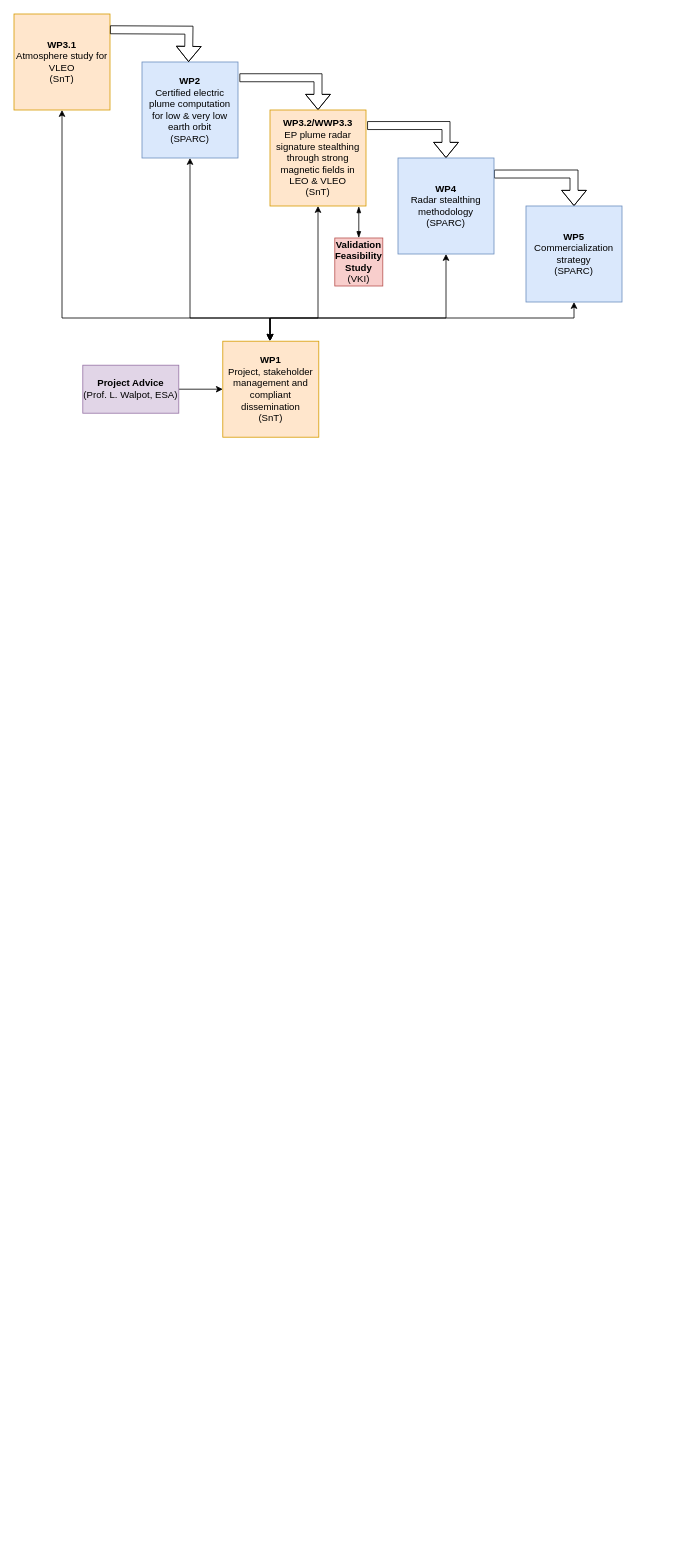
This is WorkLogic.drawio from JanThoemel/matlabfunctions, a draw.io file, before an edit. Source tidied: cells renumbered, new cells numbered last; positions are measured from the earlier drawing's top-left corner, leaving out a move shared by most shapes. Both pictures are drawn from the tidied source at 80%, with x=0, y=0 at pixel (14, 14).
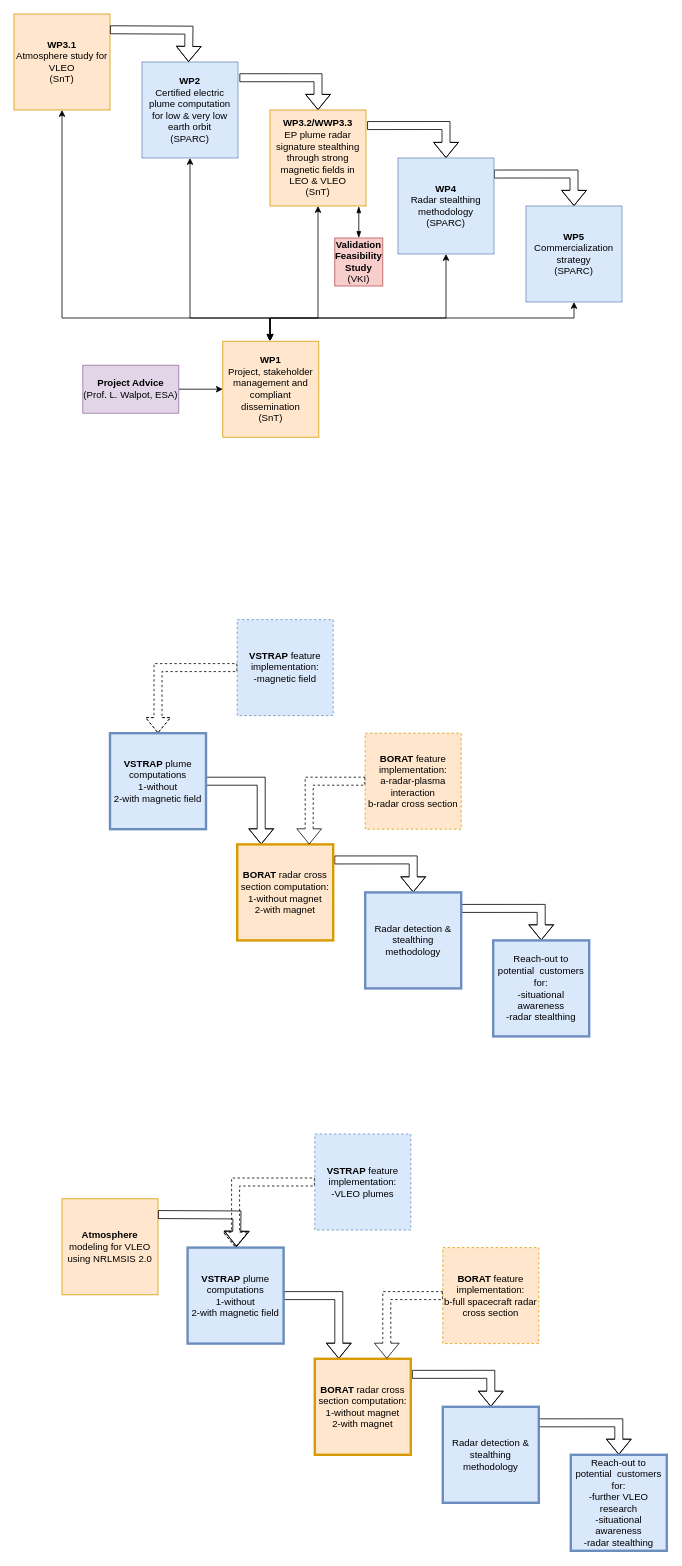
The same page after the edit.

What changed in the source:
```diff
@@
+    <mxCell id="21" style="edgeStyle=orthogonalEdgeStyle;rounded=0;jettySize=auto;html=1;exitX=1;exitY=0.5;exitDx=0;exitDy=0;entryX=0.25;entryY=0;entryDx=0;entryDy=0;shape=flexArrow;" parent="1" edge="1" source="22" target="24">
+      <mxGeometry relative="1" as="geometry" />
+    </mxCell>
+    <mxCell id="22" value="&lt;b&gt;VSTRAP&lt;/b&gt;&lt;span&gt; plume computations&lt;br&gt;&lt;/span&gt;&lt;div&gt;&lt;span&gt;1-without&lt;/span&gt;&lt;/div&gt;&lt;div&gt;&lt;span&gt;2-with magnetic field&lt;/span&gt;&lt;/div&gt;&lt;div&gt;&lt;span&gt;&lt;/span&gt;&lt;/div&gt;" style="whiteSpace=wrap;html=1;fillColor=#dae8fc;strokeColor=#6c8ebf;strokeWidth=3;" parent="1" vertex="1">
+      <mxGeometry x="120" y="899" width="120" height="120" as="geometry" />
+    </mxCell>
+    <mxCell id="23" style="edgeStyle=orthogonalEdgeStyle;rounded=0;jettySize=auto;html=1;exitX=1.012;exitY=0.162;exitDx=0;exitDy=0;entryX=0.5;entryY=0;entryDx=0;entryDy=0;exitPerimeter=0;shape=flexArrow;" parent="1" edge="1" source="24" target="26">
+      <mxGeometry relative="1" as="geometry" />
+    </mxCell>
+    <mxCell id="24" value="&lt;div&gt;&lt;span&gt;&lt;b&gt;BORAT &lt;/b&gt;radar cross section computation:&lt;/span&gt;&lt;/div&gt;&lt;div&gt;&lt;span&gt;1-without magnet&lt;/span&gt;&lt;/div&gt;&lt;div&gt;&lt;span&gt;2-with magnet&lt;br&gt;&lt;/span&gt;&lt;/div&gt;&lt;div&gt;&lt;span&gt;&lt;/span&gt;&lt;/div&gt;" style="whiteSpace=wrap;html=1;fillColor=#ffe6cc;strokeColor=#d79b00;strokeWidth=3;" parent="1" vertex="1">
+      <mxGeometry x="279" y="1038" width="120" height="120" as="geometry" />
+    </mxCell>
+    <mxCell id="25" style="edgeStyle=orthogonalEdgeStyle;rounded=0;jettySize=auto;html=1;entryX=0.5;entryY=0;entryDx=0;entryDy=0;exitX=1;exitY=0.167;exitDx=0;exitDy=0;exitPerimeter=0;shape=flexArrow;" parent="1" edge="1" source="26" target="27">
+      <mxGeometry relative="1" as="geometry" />
+    </mxCell>
+    <mxCell id="26" value="&lt;span&gt;Radar detection &amp;amp; stealthing methodology&lt;/span&gt;" style="whiteSpace=wrap;html=1;fillColor=#dae8fc;strokeColor=#6c8ebf;strokeWidth=3;" parent="1" vertex="1">
+      <mxGeometry x="439" y="1098" width="120" height="120" as="geometry" />
+    </mxCell>
+    <mxCell id="27" value="&lt;div&gt;Reach-out to potential&amp;nbsp; customers for:&lt;/div&gt;&lt;div&gt;-situational awareness&lt;br&gt;&lt;/div&gt;&lt;div&gt;-radar stealthing &lt;/div&gt;" style="whiteSpace=wrap;html=1;fillColor=#dae8fc;strokeColor=#6c8ebf;strokeWidth=3;" parent="1" vertex="1">
+      <mxGeometry x="599" y="1158" width="120" height="120" as="geometry" />
+    </mxCell>
+    <mxCell id="28" value="&lt;div&gt;&lt;span&gt;&lt;b&gt;BORAT&lt;/b&gt; feature implementation:&lt;/span&gt;&lt;/div&gt;&lt;div&gt;&lt;span&gt;a-radar-plasma interaction&lt;/span&gt;&lt;/div&gt;&lt;div&gt;&lt;span&gt;b-radar cross section&lt;br&gt;&lt;/span&gt;&lt;/div&gt;&lt;div&gt;&lt;span&gt;&lt;/span&gt;&lt;/div&gt;" style="whiteSpace=wrap;html=1;fillColor=#ffe6cc;strokeColor=#d79b00;dashed=1;" parent="1" vertex="1">
+      <mxGeometry x="439" y="899" width="120" height="120" as="geometry" />
+    </mxCell>
+    <mxCell id="29" style="edgeStyle=orthogonalEdgeStyle;rounded=0;jettySize=auto;html=1;exitX=0;exitY=0.5;exitDx=0;exitDy=0;shape=flexArrow;entryX=0.75;entryY=0;entryDx=0;entryDy=0;dashed=1;" parent="1" edge="1" source="28" target="24">
+      <mxGeometry relative="1" as="geometry" />
+    </mxCell>
+    <mxCell id="30" value="&lt;div&gt;&lt;b&gt;VSTRAP&lt;/b&gt;&lt;span&gt; feature implementation:&lt;/span&gt;&lt;/div&gt;&lt;div&gt;&lt;span&gt;-magnetic field&lt;br&gt;&lt;/span&gt;&lt;span&gt;&lt;/span&gt;&lt;/div&gt;&lt;div&gt;&lt;span&gt;&lt;/span&gt;&lt;/div&gt;" style="whiteSpace=wrap;html=1;fillColor=#dae8fc;strokeColor=#6c8ebf;dashed=1;" parent="1" vertex="1">
+      <mxGeometry x="279" y="757" width="120" height="120" as="geometry" />
+    </mxCell>
+    <mxCell id="31" style="edgeStyle=orthogonalEdgeStyle;rounded=0;jettySize=auto;html=1;exitX=0;exitY=0.5;exitDx=0;exitDy=0;shape=flexArrow;entryX=0.5;entryY=0;entryDx=0;entryDy=0;dashed=1;" parent="1" edge="1" source="30" target="22">
+      <mxGeometry relative="1" as="geometry" />
+    </mxCell>
+    <mxCell id="32" style="edgeStyle=orthogonalEdgeStyle;rounded=0;jettySize=auto;html=1;exitX=1;exitY=0.5;exitDx=0;exitDy=0;entryX=0.25;entryY=0;entryDx=0;entryDy=0;shape=flexArrow;" parent="1" edge="1" source="33" target="35">
+      <mxGeometry relative="1" as="geometry" />
+    </mxCell>
+    <mxCell id="33" value="&lt;b&gt;VSTRAP&lt;/b&gt;&lt;span&gt; plume computations&lt;br&gt;&lt;/span&gt;&lt;div&gt;&lt;span&gt;1-without&lt;/span&gt;&lt;/div&gt;&lt;div&gt;&lt;span&gt;2-with magnetic field&lt;/span&gt;&lt;/div&gt;&lt;div&gt;&lt;span&gt;&lt;/span&gt;&lt;/div&gt;" style="whiteSpace=wrap;html=1;fillColor=#dae8fc;strokeColor=#6c8ebf;strokeWidth=3;" parent="1" vertex="1">
+      <mxGeometry x="217" y="1542" width="120" height="120" as="geometry" />
+    </mxCell>
+    <mxCell id="34" style="edgeStyle=orthogonalEdgeStyle;rounded=0;jettySize=auto;html=1;exitX=1.012;exitY=0.162;exitDx=0;exitDy=0;entryX=0.5;entryY=0;entryDx=0;entryDy=0;exitPerimeter=0;shape=flexArrow;" parent="1" edge="1" source="35" target="37">
+      <mxGeometry relative="1" as="geometry" />
+    </mxCell>
+    <mxCell id="35" value="&lt;div&gt;&lt;span&gt;&lt;b&gt;BORAT &lt;/b&gt;radar cross section computation:&lt;/span&gt;&lt;/div&gt;&lt;div&gt;&lt;span&gt;1-without magnet&lt;/span&gt;&lt;/div&gt;&lt;div&gt;&lt;span&gt;2-with magnet&lt;br&gt;&lt;/span&gt;&lt;/div&gt;&lt;div&gt;&lt;span&gt;&lt;/span&gt;&lt;/div&gt;" style="whiteSpace=wrap;html=1;fillColor=#ffe6cc;strokeColor=#d79b00;strokeWidth=3;" parent="1" vertex="1">
+      <mxGeometry x="376" y="1681" width="120" height="120" as="geometry" />
+    </mxCell>
+    <mxCell id="36" style="edgeStyle=orthogonalEdgeStyle;rounded=0;jettySize=auto;html=1;entryX=0.5;entryY=0;entryDx=0;entryDy=0;exitX=1;exitY=0.167;exitDx=0;exitDy=0;exitPerimeter=0;shape=flexArrow;" parent="1" edge="1" source="37" target="38">
+      <mxGeometry relative="1" as="geometry" />
+    </mxCell>
+    <mxCell id="37" value="&lt;span&gt;Radar detection &amp;amp; stealthing methodology&lt;/span&gt;" style="whiteSpace=wrap;html=1;fillColor=#dae8fc;strokeColor=#6c8ebf;strokeWidth=3;" parent="1" vertex="1">
+      <mxGeometry x="536" y="1741" width="120" height="120" as="geometry" />
+    </mxCell>
+    <mxCell id="38" value="&lt;div&gt;Reach-out to potential&amp;nbsp; customers for:&lt;/div&gt;&lt;div&gt;-further VLEO research&lt;br&gt;-situational awareness&lt;br&gt;&lt;/div&gt;&lt;div&gt;-radar stealthing &lt;/div&gt;" style="whiteSpace=wrap;html=1;fillColor=#dae8fc;strokeColor=#6c8ebf;strokeWidth=3;" parent="1" vertex="1">
+      <mxGeometry x="696" y="1801" width="120" height="120" as="geometry" />
+    </mxCell>
+    <mxCell id="39" value="&lt;div&gt;&lt;span&gt;&lt;b&gt;BORAT&lt;/b&gt; feature implementation:&lt;/span&gt;&lt;/div&gt;&lt;div&gt;&lt;span&gt;b-full spacecraft radar cross section&lt;br&gt;&lt;/span&gt;&lt;/div&gt;&lt;div&gt;&lt;span&gt;&lt;/span&gt;&lt;/div&gt;" style="whiteSpace=wrap;html=1;fillColor=#ffe6cc;strokeColor=#d79b00;dashed=1;" parent="1" vertex="1">
+      <mxGeometry x="536" y="1542" width="120" height="120" as="geometry" />
+    </mxCell>
+    <mxCell id="40" style="edgeStyle=orthogonalEdgeStyle;rounded=0;jettySize=auto;html=1;exitX=0;exitY=0.5;exitDx=0;exitDy=0;shape=flexArrow;entryX=0.75;entryY=0;entryDx=0;entryDy=0;dashed=1;" parent="1" edge="1" source="39" target="35">
+      <mxGeometry relative="1" as="geometry" />
+    </mxCell>
+    <mxCell id="41" value="&lt;div&gt;&lt;b&gt;VSTRAP&lt;/b&gt;&lt;span&gt; feature implementation:&lt;/span&gt;&lt;/div&gt;&lt;div&gt;&lt;span&gt;-VLEO plumes&lt;br&gt;&lt;/span&gt;&lt;span&gt;&lt;/span&gt;&lt;/div&gt;&lt;div&gt;&lt;span&gt;&lt;/span&gt;&lt;/div&gt;" style="whiteSpace=wrap;html=1;fillColor=#dae8fc;strokeColor=#6c8ebf;dashed=1;" parent="1" vertex="1">
+      <mxGeometry x="376" y="1400" width="120" height="120" as="geometry" />
+    </mxCell>
+    <mxCell id="42" style="edgeStyle=orthogonalEdgeStyle;rounded=0;jettySize=auto;html=1;exitX=0;exitY=0.5;exitDx=0;exitDy=0;shape=flexArrow;entryX=0.5;entryY=0;entryDx=0;entryDy=0;dashed=1;" parent="1" edge="1" source="41" target="33">
+      <mxGeometry relative="1" as="geometry" />
+    </mxCell>
+    <mxCell id="43" value="&lt;b&gt;Atmosphere &lt;/b&gt;modeling for VLEO using &lt;span class=&quot;MuiTypography-root MuiFormControlLabel-label MuiTypography-body1&quot;&gt;&lt;span&gt;NRLMSIS 2.0&lt;/span&gt;&lt;/span&gt;&lt;span&gt;&lt;/span&gt;" style="whiteSpace=wrap;html=1;fillColor=#ffe6cc;strokeColor=#d79b00;" parent="1" vertex="1">
+      <mxGeometry x="60" y="1481" width="120" height="120" as="geometry" />
+    </mxCell>
+    <mxCell id="44" style="edgeStyle=orthogonalEdgeStyle;rounded=0;orthogonalLoop=1;jettySize=auto;html=1;exitX=1.015;exitY=0.164;exitDx=0;exitDy=0;entryX=0.5;entryY=0;entryDx=0;entryDy=0;exitPerimeter=0;shape=flexArrow;" parent="1" edge="1">
+      <mxGeometry relative="1" as="geometry">
+        <mxPoint x="180" y="1500.7" as="sourcePoint" />
+        <mxPoint x="278.2" y="1541" as="targetPoint" />
+      </mxGeometry>
+    </mxCell>
```
